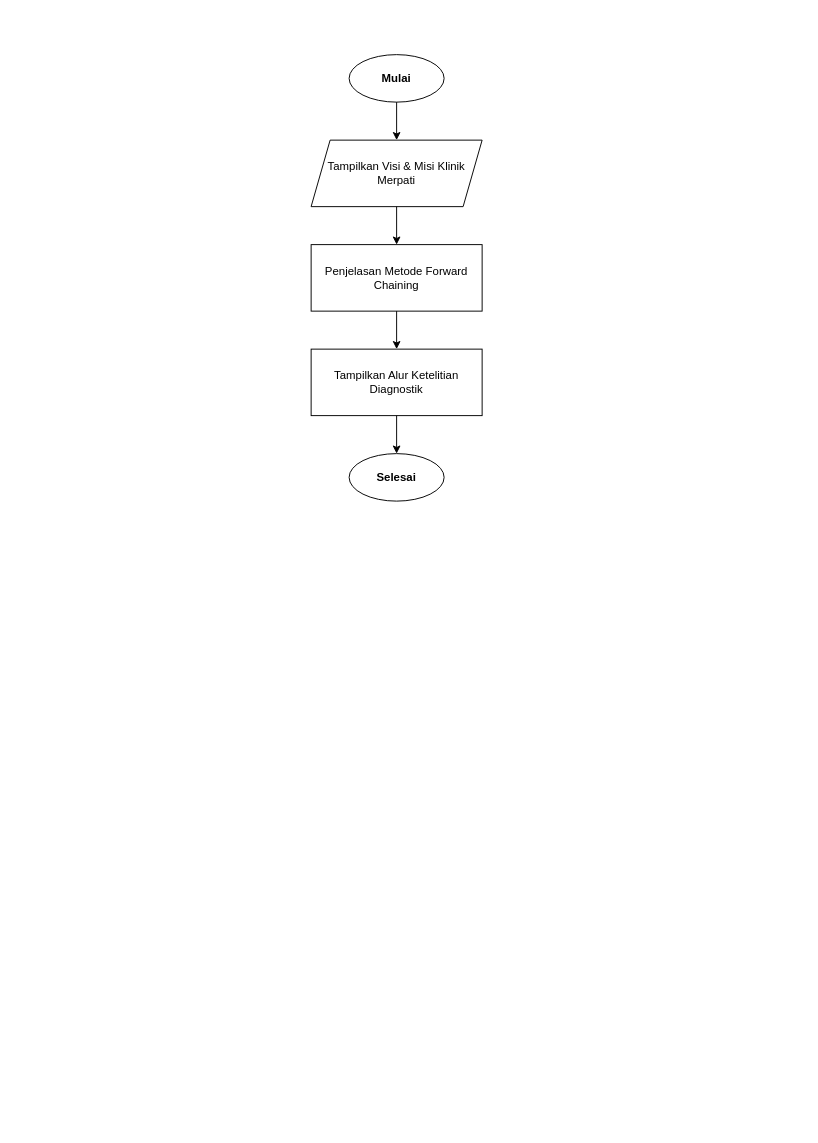
The draw.io diagram diagram/flowchart/tentang_kami.drawio in Jinsky/Jinsky, before the edit. Source tidied: cells renumbered, new cells numbered last; positions are measured from the earlier drawing's top-left corner, leaving out a move shared by most shapes. Both pictures are drawn from the tidied source at 95%, with x=0, y=0 at pixel (16, 16).
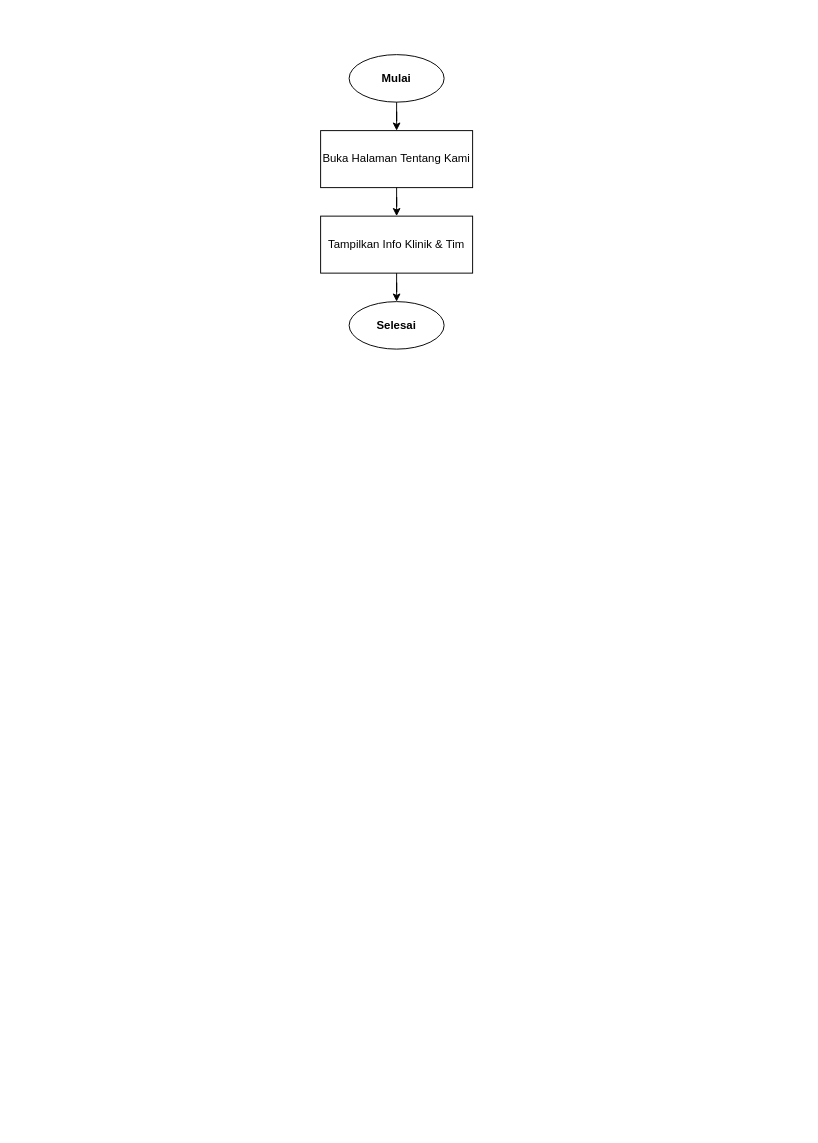
The same page after the edit.

Change to the diagram source:
```diff
@@
 <mxGraphModel>
   <root>
     <mxCell id="0" />
     <mxCell id="1" parent="0" />
     <mxCell id="2" style="rounded=0;whiteSpace=wrap;html=1;fillColor=#ffffff;strokeColor=none;" parent="1" vertex="1">
       <mxGeometry width="827" height="1169" as="geometry" />
     </mxCell>
-    <mxCell id="3" value="Mulai" style="ellipse;whiteSpace=wrap;html=1;fontStyle=1;fontSize=12;fillColor=#ffffff;strokeColor=#000000;" parent="1" vertex="1">
+    <mxCell id="3" value="Mulai" style="ellipse;whiteSpace=wrap;html=1;fontStyle=1;fillColor=#ffffff;strokeColor=#000000;" parent="1" vertex="1">
       <mxGeometry x="350" y="40" width="100" height="50" as="geometry" />
     </mxCell>
-    <mxCell id="4" value="Tampilkan Visi &amp; Misi Klinik Merpati" style="shape=parallelogram;perimeter=parallelogramPerimeter;whiteSpace=wrap;html=1;fixedSize=1;fontSize=12;fillColor=#ffffff;strokeColor=#000000;" parent="1" vertex="1">
-      <mxGeometry x="310" y="130" width="180" height="70" as="geometry" />
+    <mxCell id="4" value="Buka Halaman Tentang Kami" style="rounded=0;whiteSpace=wrap;html=1;fillColor=#ffffff;strokeColor=#000000;" parent="1" vertex="1">
+      <mxGeometry x="320" y="120" width="160" height="60" as="geometry" />
     </mxCell>
-    <mxCell id="5" value="Penjelasan Metode Forward Chaining" style="rounded=0;whiteSpace=wrap;html=1;fontSize=12;fillColor=#ffffff;strokeColor=#000000;" parent="1" vertex="1">
-      <mxGeometry x="310" y="240" width="180" height="70" as="geometry" />
+    <mxCell id="5" value="Tampilkan Info Klinik &amp; Tim" style="rounded=0;whiteSpace=wrap;html=1;fillColor=#ffffff;strokeColor=#000000;" parent="1" vertex="1">
+      <mxGeometry x="320" y="210" width="160" height="60" as="geometry" />
     </mxCell>
-    <mxCell id="6" value="Tampilkan Alur Ketelitian Diagnostik" style="rounded=0;whiteSpace=wrap;html=1;fontSize=12;fillColor=#ffffff;strokeColor=#000000;" parent="1" vertex="1">
-      <mxGeometry x="310" y="350" width="180" height="70" as="geometry" />
+    <mxCell id="6" value="Selesai" style="ellipse;whiteSpace=wrap;html=1;fontStyle=1;fillColor=#ffffff;strokeColor=#000000;" parent="1" vertex="1">
+      <mxGeometry x="350" y="300" width="100" height="50" as="geometry" />
     </mxCell>
-    <mxCell id="7" value="Selesai" style="ellipse;whiteSpace=wrap;html=1;fontStyle=1;fontSize=12;fillColor=#ffffff;strokeColor=#000000;" parent="1" vertex="1">
-      <mxGeometry x="350" y="460" width="100" height="50" as="geometry" />
-    </mxCell>
-    <mxCell id="8" style="edgeStyle=orthogonalEdgeStyle;rounded=0;jettySize=auto;html=1;strokeColor=#000000;fontSize=11;" parent="1" edge="1" source="3" target="4">
+    <mxCell id="8" style="edgeStyle=orthogonalEdgeStyle;rounded=0;jettySize=auto;html=1;strokeColor=#000000;" parent="1" edge="1" source="3" target="4">
       <mxGeometry relative="1" as="geometry" />
     </mxCell>
-    <mxCell id="9" style="edgeStyle=orthogonalEdgeStyle;rounded=0;jettySize=auto;html=1;strokeColor=#000000;fontSize=11;" parent="1" edge="1" source="4" target="5">
+    <mxCell id="9" style="edgeStyle=orthogonalEdgeStyle;rounded=0;jettySize=auto;html=1;strokeColor=#000000;" parent="1" edge="1" source="4" target="5">
       <mxGeometry relative="1" as="geometry" />
     </mxCell>
-    <mxCell id="10" style="edgeStyle=orthogonalEdgeStyle;rounded=0;jettySize=auto;html=1;strokeColor=#000000;fontSize=11;" parent="1" edge="1" source="5" target="6">
+    <mxCell id="10" style="edgeStyle=orthogonalEdgeStyle;rounded=0;jettySize=auto;html=1;strokeColor=#000000;" parent="1" edge="1" source="5" target="6">
       <mxGeometry relative="1" as="geometry" />
     </mxCell>
-    <mxCell id="11" style="edgeStyle=orthogonalEdgeStyle;rounded=0;jettySize=auto;html=1;strokeColor=#000000;fontSize=11;" parent="1" edge="1" source="6" target="7">
-      <mxGeometry relative="1" as="geometry" />
-    </mxCell>
   </root>
 </mxGraphModel>
```
